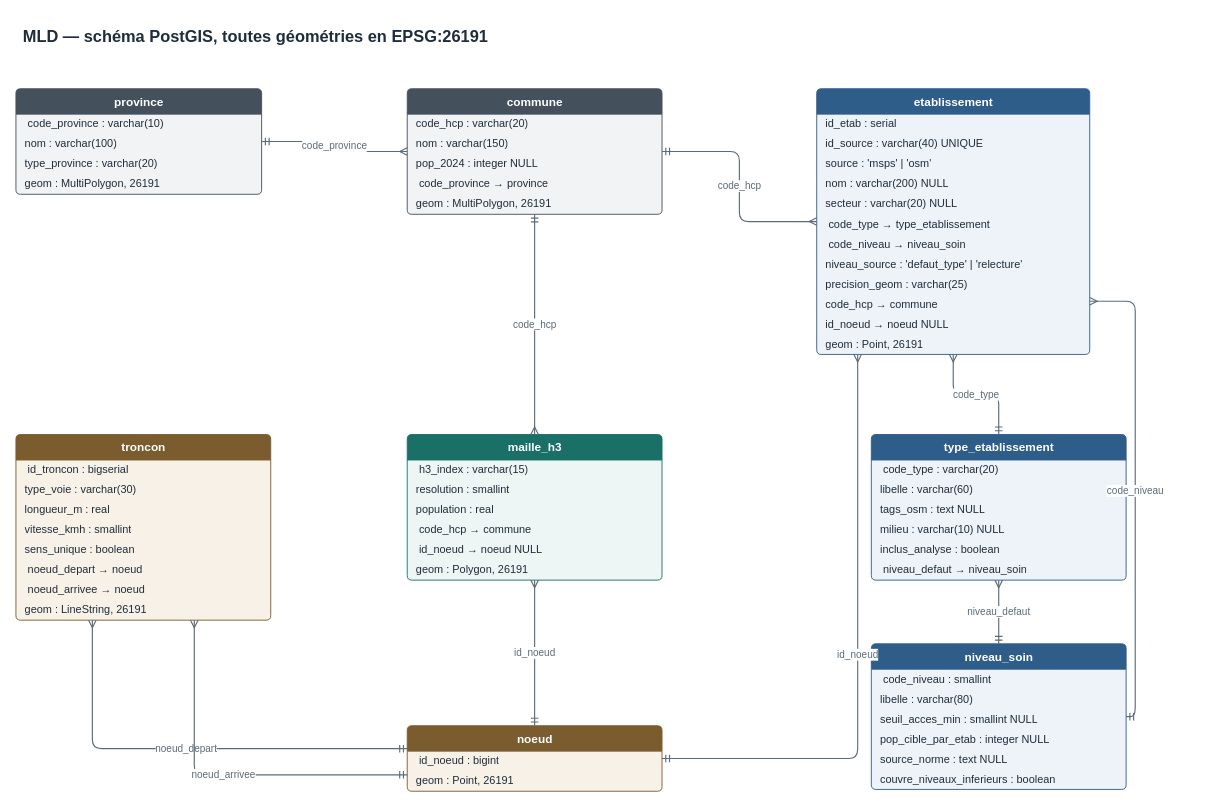
This is page "MLD — PostGIS (EPSG:26191)" (2 of 2) of Phase_2_Pretraitement_et_Geodatabase/modelisation_mcd_mld/MCD_MLD.drawio from meryem-souilah/Acces_soins_Region_Casablanca-Settat, a draw.io file, before an edit. Source tidied: cells renumbered, new cells numbered last; positions are measured from the earlier drawing's top-left corner, leaving out a move shared by most shapes. Both pictures are drawn from the tidied source at 91%, with x=0, y=0 at pixel (15, 15).
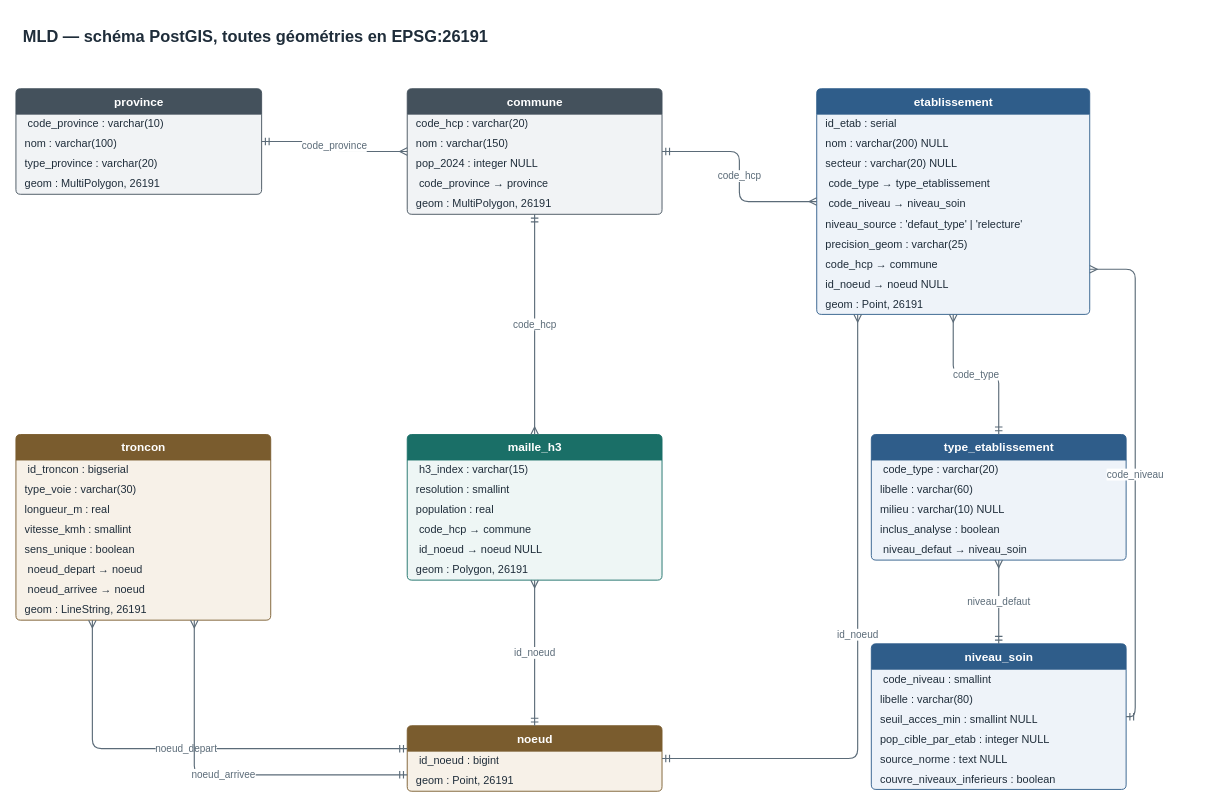
The same page after the edit.

What changed in the source:
```diff
@@
     <mxCell id="14" value="etablissement" style="swimlane;fontStyle=1;horizontal=1;startSize=28;html=1;fillColor=#2F5D8A;strokeColor=#2F5D8A;fontColor=#FFFFFF;swimlaneFillColor=#EEF3F9;rounded=1;arcSize=6;fontSize=13;" parent="1" vertex="1">
-      <mxGeometry x="880" y="80" width="300" height="292" as="geometry" />
+      <mxGeometry x="880" y="80" width="300" height="248" as="geometry" />
     </mxCell>
@@
-    <mxCell id="16" value="id_source : varchar(40) UNIQUE" style="text;strokeColor=none;fillColor=none;align=left;verticalAlign=middle;spacingLeft=8;spacingRight=4;overflow=hidden;html=1;fontSize=12;fontColor=#1F2D3A;" parent="14" vertex="1">
-      <mxGeometry y="50" width="300" height="22" as="geometry" />
-    </mxCell>
-    <mxCell id="17" value="source : 'msps' | 'osm'" style="text;strokeColor=none;fillColor=none;align=left;verticalAlign=middle;spacingLeft=8;spacingRight=4;overflow=hidden;html=1;fontSize=12;fontColor=#1F2D3A;" parent="14" vertex="1">
-      <mxGeometry y="72" width="300" height="22" as="geometry" />
-    </mxCell>
     <mxCell id="18" value="nom : varchar(200) NULL" style="text;strokeColor=none;fillColor=none;align=left;verticalAlign=middle;spacingLeft=8;spacingRight=4;overflow=hidden;html=1;fontSize=12;fontColor=#1F2D3A;" parent="14" vertex="1">
-      <mxGeometry y="94" width="300" height="22" as="geometry" />
+      <mxGeometry y="50" width="300" height="22" as="geometry" />
     </mxCell>
     <mxCell id="19" value="secteur : varchar(20) NULL" style="text;strokeColor=none;fillColor=none;align=left;verticalAlign=middle;spacingLeft=8;spacingRight=4;overflow=hidden;html=1;fontSize=12;fontColor=#1F2D3A;" parent="14" vertex="1">
-      <mxGeometry y="116" width="300" height="22" as="geometry" />
+      <mxGeometry y="72" width="300" height="22" as="geometry" />
     </mxCell>
     <mxCell id="20" value="&amp;nbsp;code_type → type_etablissement" style="text;strokeColor=none;fillColor=none;align=left;verticalAlign=middle;spacingLeft=8;spacingRight=4;overflow=hidden;html=1;fontSize=12;fontColor=#1F2D3A;" parent="14" vertex="1">
-      <mxGeometry y="138" width="300" height="22" as="geometry" />
+      <mxGeometry y="94" width="300" height="22" as="geometry" />
     </mxCell>
     <mxCell id="21" value="&amp;nbsp;code_niveau → niveau_soin" style="text;strokeColor=none;fillColor=none;align=left;verticalAlign=middle;spacingLeft=8;spacingRight=4;overflow=hidden;html=1;fontSize=12;fontColor=#1F2D3A;" parent="14" vertex="1">
-      <mxGeometry y="160" width="300" height="22" as="geometry" />
+      <mxGeometry y="116" width="300" height="22" as="geometry" />
     </mxCell>
     <mxCell id="22" value="niveau_source : 'defaut_type' | 'relecture'" style="text;strokeColor=none;fillColor=none;align=left;verticalAlign=middle;spacingLeft=8;spacingRight=4;overflow=hidden;html=1;fontSize=12;fontColor=#1F2D3A;" parent="14" vertex="1">
-      <mxGeometry y="182" width="300" height="22" as="geometry" />
+      <mxGeometry y="138" width="300" height="22" as="geometry" />
     </mxCell>
     <mxCell id="23" value="precision_geom : varchar(25)" style="text;strokeColor=none;fillColor=none;align=left;verticalAlign=middle;spacingLeft=8;spacingRight=4;overflow=hidden;html=1;fontSize=12;fontColor=#1F2D3A;" parent="14" vertex="1">
-      <mxGeometry y="204" width="300" height="22" as="geometry" />
+      <mxGeometry y="160" width="300" height="22" as="geometry" />
     </mxCell>
     <mxCell id="24" value="code_hcp → commune" style="text;strokeColor=none;fillColor=none;align=left;verticalAlign=middle;spacingLeft=8;spacingRight=4;overflow=hidden;html=1;fontSize=12;fontColor=#1F2D3A;" parent="14" vertex="1">
-      <mxGeometry y="226" width="300" height="22" as="geometry" />
+      <mxGeometry y="182" width="300" height="22" as="geometry" />
     </mxCell>
     <mxCell id="25" value="id_noeud → noeud NULL" style="text;strokeColor=none;fillColor=none;align=left;verticalAlign=middle;spacingLeft=8;spacingRight=4;overflow=hidden;html=1;fontSize=12;fontColor=#1F2D3A;" parent="14" vertex="1">
-      <mxGeometry y="248" width="300" height="22" as="geometry" />
+      <mxGeometry y="204" width="300" height="22" as="geometry" />
     </mxCell>
     <mxCell id="26" value="geom : Point, 26191" style="text;strokeColor=none;fillColor=none;align=left;verticalAlign=middle;spacingLeft=8;spacingRight=4;overflow=hidden;html=1;fontSize=12;fontColor=#1F2D3A;" parent="14" vertex="1">
-      <mxGeometry y="270" width="300" height="22" as="geometry" />
+      <mxGeometry y="226" width="300" height="22" as="geometry" />
     </mxCell>
     <mxCell id="27" value="type_etablissement" style="swimlane;fontStyle=1;horizontal=1;startSize=28;html=1;fillColor=#2F5D8A;strokeColor=#2F5D8A;fontColor=#FFFFFF;swimlaneFillColor=#EEF3F9;rounded=1;arcSize=6;fontSize=13;" parent="1" vertex="1">
-      <mxGeometry x="940" y="460" width="280" height="160" as="geometry" />
+      <mxGeometry x="940" y="460" width="280" height="138" as="geometry" />
     </mxCell>
@@
-    <mxCell id="30" value="tags_osm : text NULL" style="text;strokeColor=none;fillColor=none;align=left;verticalAlign=middle;spacingLeft=8;spacingRight=4;overflow=hidden;html=1;fontSize=12;fontColor=#1F2D3A;" parent="27" vertex="1">
-      <mxGeometry y="72" width="280" height="22" as="geometry" />
-    </mxCell>
     <mxCell id="31" value="milieu : varchar(10) NULL" style="text;strokeColor=none;fillColor=none;align=left;verticalAlign=middle;spacingLeft=8;spacingRight=4;overflow=hidden;html=1;fontSize=12;fontColor=#1F2D3A;" parent="27" vertex="1">
-      <mxGeometry y="94" width="280" height="22" as="geometry" />
+      <mxGeometry y="72" width="280" height="22" as="geometry" />
     </mxCell>
     <mxCell id="32" value="inclus_analyse : boolean" style="text;strokeColor=none;fillColor=none;align=left;verticalAlign=middle;spacingLeft=8;spacingRight=4;overflow=hidden;html=1;fontSize=12;fontColor=#1F2D3A;" parent="27" vertex="1">
-      <mxGeometry y="116" width="280" height="22" as="geometry" />
+      <mxGeometry y="94" width="280" height="22" as="geometry" />
     </mxCell>
     <mxCell id="33" value="&amp;nbsp;niveau_defaut → niveau_soin" style="text;strokeColor=none;fillColor=none;align=left;verticalAlign=middle;spacingLeft=8;spacingRight=4;overflow=hidden;html=1;fontSize=12;fontColor=#1F2D3A;" parent="27" vertex="1">
-      <mxGeometry y="138" width="280" height="22" as="geometry" />
+      <mxGeometry y="116" width="280" height="22" as="geometry" />
     </mxCell>
```
